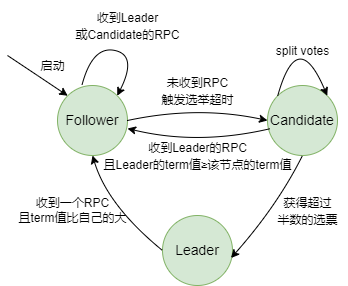
guxdong/imgrepo keeps this draw.io diagram as pic/leader Election.drawio.png. Above is the earlier version. Source tidied: cells renumbered, new cells last; positions are measured from the earlier drawing's top-left corner, leaving out a move shared by most shapes.
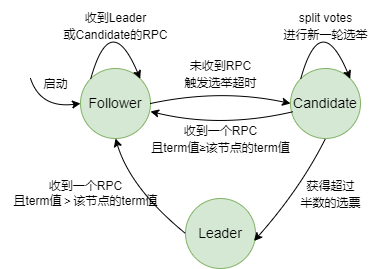
Above is the later version.

What changed in the source:
```diff
@@ -5,16 +5,8 @@
     <mxCell id="2" value="Follower" style="ellipse;whiteSpace=wrap;html=1;fontSize=14;fillColor=#d5e8d4;strokeColor=#82b366;" parent="1" vertex="1">
       <mxGeometry x="50" y="85" width="70" height="70" as="geometry" />
     </mxCell>
-    <mxCell id="3" style="endArrow=classic;html=1;rounded=0;fontSize=14;entryX=0;entryY=0;entryDx=0;entryDy=0;" parent="1" edge="1" target="2">
-      <mxGeometry relative="1" as="geometry">
-        <mxPoint y="55" as="sourcePoint" />
-        <Array as="points">
-          <mxPoint x="30" y="75" />
-        </Array>
-      </mxGeometry>
-    </mxCell>
     <mxCell id="4" value="&lt;font style=&quot;font-size: 12px;&quot;&gt;启动&lt;/font&gt;" style="text;html=1;align=center;verticalAlign=middle;strokeColor=none;fillColor=none;fontSize=14;" parent="1" vertex="1">
-      <mxGeometry x="20" y="50" width="50" height="30" as="geometry" />
+      <mxGeometry y="85" width="50" height="30" as="geometry" />
     </mxCell>
     <mxCell id="5" value="Candidate" style="ellipse;whiteSpace=wrap;html=1;fontSize=14;fillColor=#d5e8d4;strokeColor=#82b366;" parent="1" vertex="1">
       <mxGeometry x="260" y="85" width="70" height="70" as="geometry" />
@@ -25,16 +17,15 @@
     <mxCell id="7" value="Leader" style="ellipse;whiteSpace=wrap;html=1;fontSize=14;fillColor=#d5e8d4;strokeColor=#82b366;" parent="1" vertex="1">
       <mxGeometry x="155" y="215" width="70" height="70" as="geometry" />
     </mxCell>
-    <mxCell id="8" style="curved=1;endArrow=classic;html=1;rounded=0;fontSize=14;exitX=0.35;exitY=-0.007;exitDx=0;exitDy=0;entryX=1;entryY=0;entryDx=0;entryDy=0;exitPerimeter=0;" parent="1" edge="1" source="2" target="2">
+    <mxCell id="8" style="curved=1;endArrow=classic;html=1;rounded=0;fontSize=14;exitX=0;exitY=0;exitDx=0;exitDy=0;entryX=1;entryY=0;entryDx=0;entryDy=0;" parent="1" edge="1" source="2" target="2">
       <mxGeometry relative="1" as="geometry">
         <Array as="points">
-          <mxPoint x="85" y="45" />
-          <mxPoint x="130" y="55" />
+          <mxPoint x="80" y="25" />
         </Array>
       </mxGeometry>
     </mxCell>
     <mxCell id="9" value="&lt;font style=&quot;font-size: 12px;&quot;&gt;收到Leader&lt;br&gt;或Candidate的RPC&lt;/font&gt;" style="text;html=1;align=center;verticalAlign=middle;strokeColor=none;fillColor=none;fontSize=14;" parent="1" vertex="1">
-      <mxGeometry x="55" width="130" height="50" as="geometry" />
+      <mxGeometry x="20" y="17" width="130" height="50" as="geometry" />
     </mxCell>
     <mxCell id="10" style="curved=1;endArrow=classic;html=1;rounded=0;fontSize=14;exitX=0;exitY=0;exitDx=0;exitDy=0;entryX=1;entryY=0;entryDx=0;entryDy=0;" parent="1" edge="1" source="5" target="5">
       <mxGeometry relative="1" as="geometry">
@@ -43,8 +34,8 @@
         </Array>
       </mxGeometry>
     </mxCell>
-    <mxCell id="11" value="&lt;font style=&quot;font-size: 12px;&quot;&gt;split votes&lt;/font&gt;" style="text;html=1;align=center;verticalAlign=middle;strokeColor=none;fillColor=none;fontSize=14;" parent="1" vertex="1">
-      <mxGeometry x="255" y="35" width="80" height="30" as="geometry" />
+    <mxCell id="11" value="&lt;font style=&quot;font-size: 12px;&quot;&gt;split votes&lt;br&gt;进行新一轮选举&lt;br&gt;&lt;/font&gt;" style="text;html=1;align=center;verticalAlign=middle;strokeColor=none;fillColor=none;fontSize=14;" parent="1" vertex="1">
+      <mxGeometry x="240" y="17" width="110" height="50" as="geometry" />
     </mxCell>
     <mxCell id="12" value="&lt;font style=&quot;font-size: 12px;&quot;&gt;获得超过&lt;br&gt;半数的选票&lt;/font&gt;" style="text;html=1;align=center;verticalAlign=middle;strokeColor=none;fillColor=none;fontSize=14;" parent="1" vertex="1">
       <mxGeometry x="260" y="185" width="80" height="50" as="geometry" />
@@ -63,8 +54,8 @@
         </Array>
       </mxGeometry>
     </mxCell>
-    <mxCell id="15" value="&lt;font style=&quot;font-size: 12px;&quot;&gt;收到Leader的RPC&lt;br&gt;且Leader的term值≥该节点的term值&lt;/font&gt;" style="text;html=1;align=center;verticalAlign=middle;strokeColor=none;fillColor=none;fontSize=14;" parent="1" vertex="1">
-      <mxGeometry x="85" y="130" width="210" height="50" as="geometry" />
+    <mxCell id="15" value="&lt;font style=&quot;font-size: 12px;&quot;&gt;收到一个RPC&lt;br&gt;且term值≥该节点的term值&lt;/font&gt;" style="text;html=1;align=center;verticalAlign=middle;strokeColor=none;fillColor=none;fontSize=14;" parent="1" vertex="1">
+      <mxGeometry x="110" y="130" width="160" height="50" as="geometry" />
     </mxCell>
     <mxCell id="16" style="curved=1;endArrow=classic;html=1;rounded=0;fontSize=12;entryX=0.979;entryY=0.607;entryDx=0;entryDy=0;entryPerimeter=0;exitX=0.5;exitY=1;exitDx=0;exitDy=0;" parent="1" edge="1" source="5" target="7">
       <mxGeometry relative="1" as="geometry">
@@ -80,8 +71,16 @@
         </Array>
       </mxGeometry>
     </mxCell>
-    <mxCell id="18" value="收到一个RPC&lt;br&gt;且term值比自己的大" style="text;html=1;align=center;verticalAlign=middle;strokeColor=none;fillColor=none;fontSize=12;" parent="1" vertex="1">
-      <mxGeometry y="190" width="130" height="40" as="geometry" />
+    <mxCell id="18" value="收到一个RPC&lt;br&gt;且term值＞该节点的term值" style="text;html=1;align=center;verticalAlign=middle;strokeColor=none;fillColor=none;fontSize=12;rotation=0;" parent="1" vertex="1">
+      <mxGeometry x="-30" y="190" width="170" height="40" as="geometry" />
     </mxCell>
+    <mxCell id="19" style="curved=1;endArrow=classic;html=1;rounded=0;fontSize=12;entryX=0;entryY=0.5;entryDx=0;entryDy=0;" parent="1" edge="1" target="2">
+      <mxGeometry relative="1" as="geometry">
+        <mxPoint y="95" as="sourcePoint" />
+        <Array as="points">
+          <mxPoint x="10" y="125" />
+        </Array>
+      </mxGeometry>
+    </mxCell>
   </root>
 </mxGraphModel>
```
